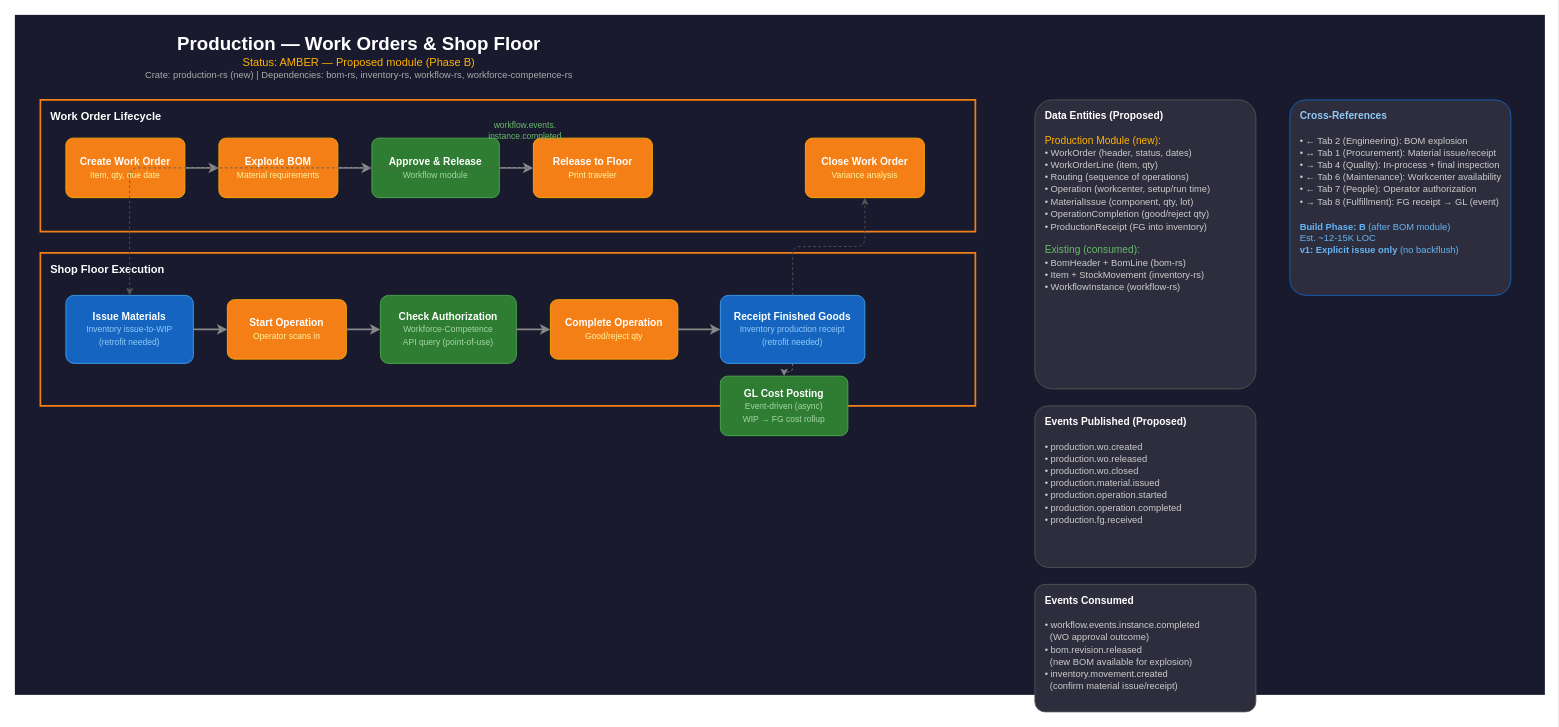
7D-Solutions/7D-Solutions-Platform keeps this draw.io diagram as page "3. Production" (4 of 11) of docs/plans/manufacturing-lifecycle.drawio. Above is the earlier version. Source tidied: cells renumbered, new cells numbered last; positions are measured from the earlier drawing's top-left corner, leaving out a move shared by most shapes. Both pictures are drawn from the tidied source at 85%, with x=0, y=0 at pixel (14, 14).
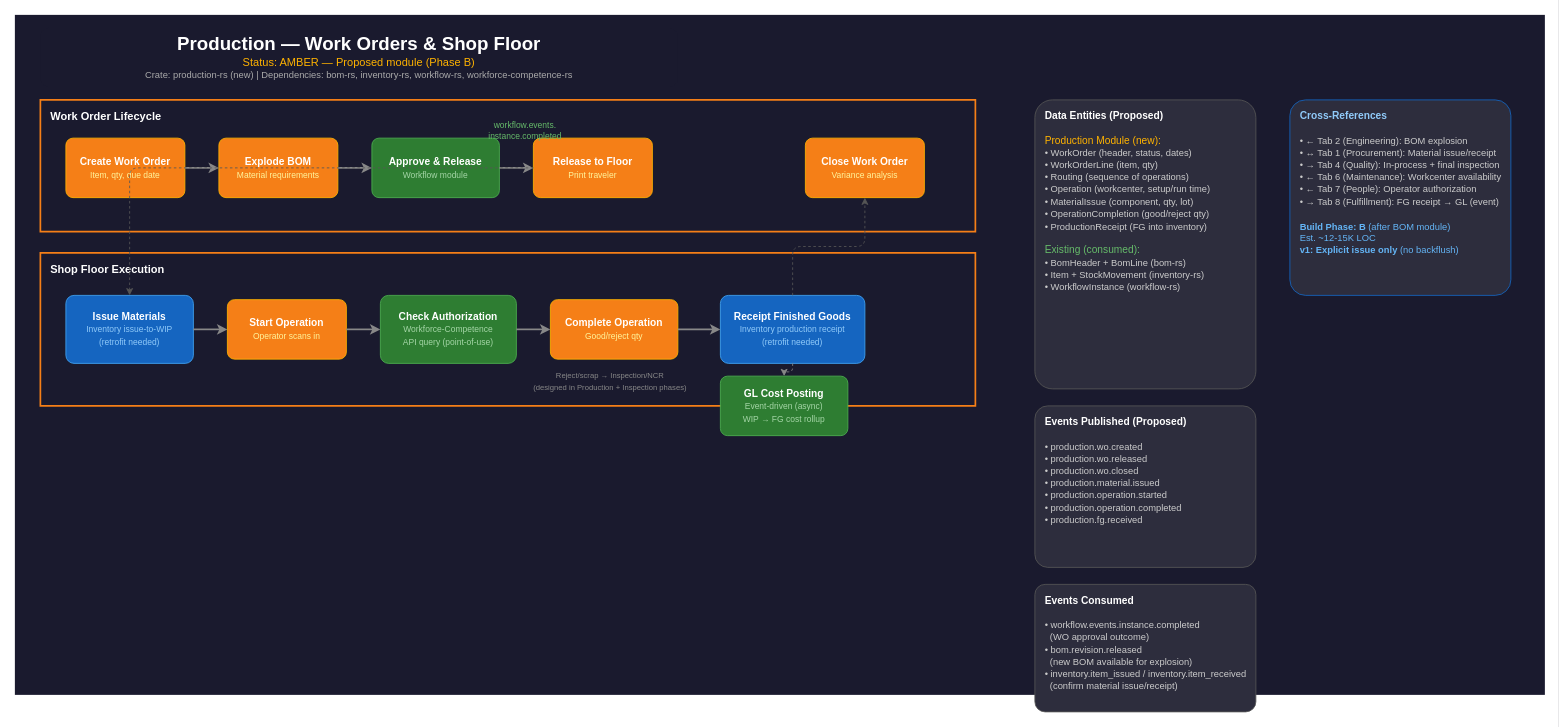
The same page after the edit.

What changed in the source:
```diff
@@
+    <mxCell id="32" value="&lt;font color=&quot;#888888&quot; style=&quot;font-size:9px&quot;&gt;Reject/scrap → Inspection/NCR&lt;br&gt;(designed in Production + Inspection phases)&lt;/font&gt;" style="text;html=1;align=center;fillColor=none;strokeColor=none;" parent="1" vertex="1">
+      <mxGeometry x="610" y="410" width="180" height="30" as="geometry" />
+    </mxCell>
@@
-    <mxCell id="30" value="&lt;font color=&quot;#FFFFFF&quot;&gt;&lt;b&gt;Events Consumed&lt;/b&gt;&lt;/font&gt;&lt;br&gt;&lt;br&gt;&lt;font color=&quot;#CCCCCC&quot; style=&quot;font-size:11px&quot;&gt;• workflow.events.instance.completed&lt;br&gt;&amp;nbsp; (WO approval outcome)&lt;br&gt;• bom.revision.released&lt;br&gt;&amp;nbsp; (new BOM available for explosion)&lt;br&gt;• inventory.movement.created&lt;br&gt;&amp;nbsp; (confirm material issue/receipt)&lt;/font&gt;" style="rounded=1;whiteSpace=wrap;html=1;fillColor=#2d2d3d;strokeColor=#555555;arcSize=8;align=left;verticalAlign=top;spacingLeft=10;spacingTop=5;spacingRight=10;" parent="1" vertex="1">
+    <mxCell id="30" value="&lt;font color=&quot;#FFFFFF&quot;&gt;&lt;b&gt;Events Consumed&lt;/b&gt;&lt;/font&gt;&lt;br&gt;&lt;br&gt;&lt;font color=&quot;#CCCCCC&quot; style=&quot;font-size:11px&quot;&gt;• workflow.events.instance.completed&lt;br&gt;&amp;nbsp; (WO approval outcome)&lt;br&gt;• bom.revision.released&lt;br&gt;&amp;nbsp; (new BOM available for explosion)&lt;br&gt;• inventory.item_issued / inventory.item_received&lt;br&gt;&amp;nbsp; (confirm material issue/receipt)&lt;/font&gt;" style="rounded=1;whiteSpace=wrap;html=1;fillColor=#2d2d3d;strokeColor=#555555;arcSize=8;align=left;verticalAlign=top;spacingLeft=10;spacingTop=5;spacingRight=10;" parent="1" vertex="1">
       <mxGeometry x="1200" y="670" width="260" height="150" as="geometry" />
     </mxCell>
```
